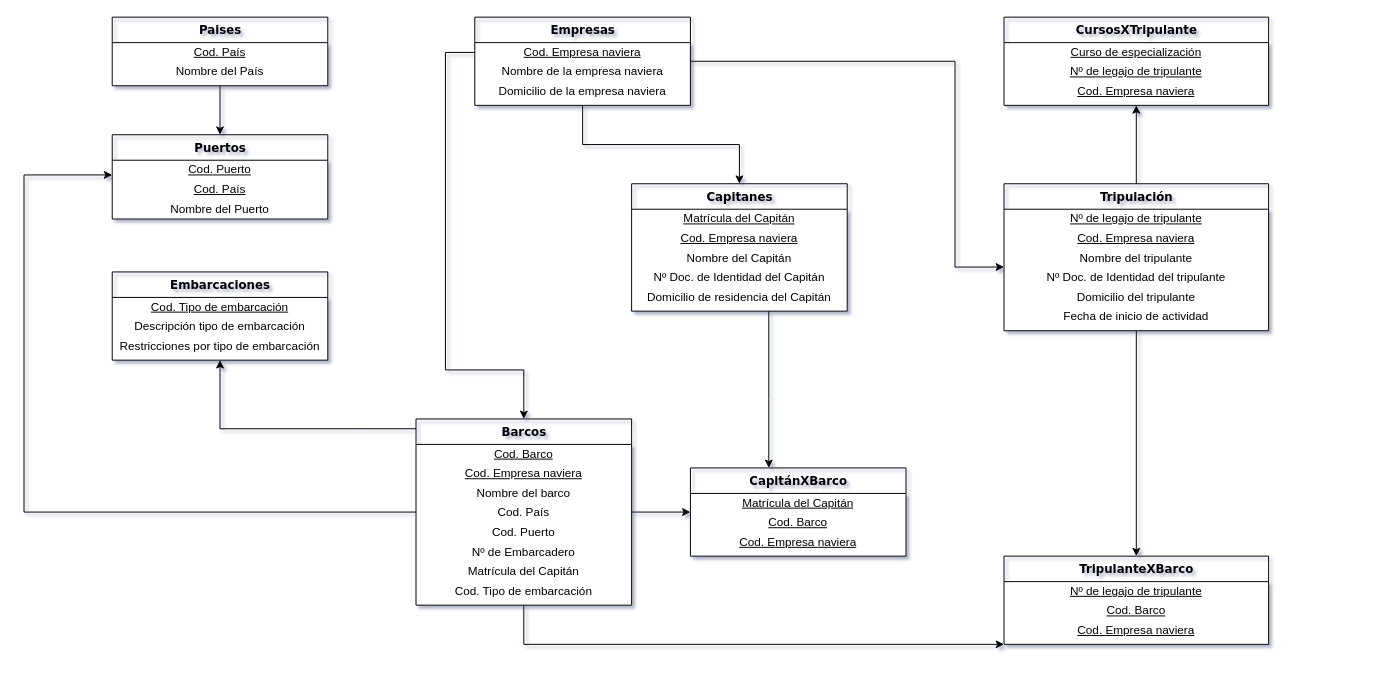
This is TPI_Barcos/2FN_Puyelli.drawio from FedericoRocca/DyADDBB_1erCuatrimestre_2021, a draw.io file, before an edit. Source tidied: cells renumbered, new cells numbered last; positions are measured from the earlier drawing's top-left corner, leaving out a move shared by most shapes. Both pictures are drawn from the tidied source at 98%, with x=0, y=0 at pixel (24, 17).
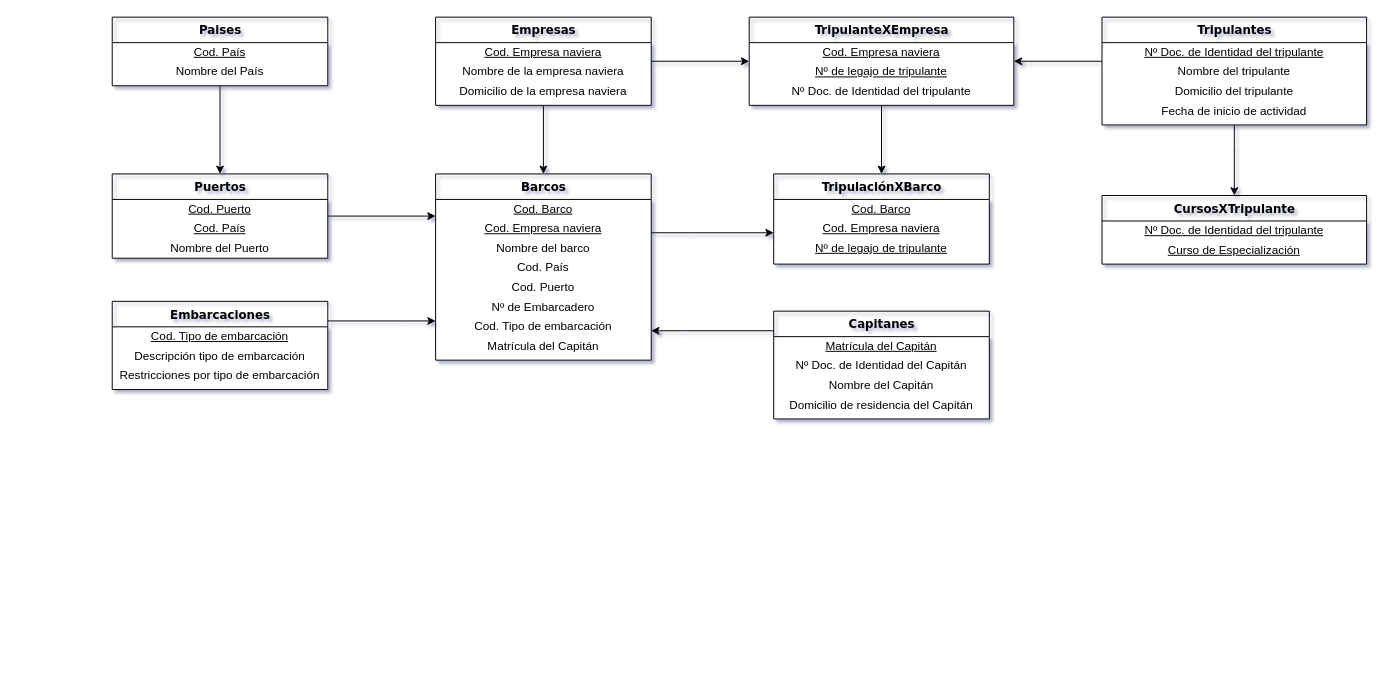
After the change.

Unchanged cells that the change refers to:
```xml
<mxCell id="27" value="Cod. Empresa naviera" style="text;html=1;strokeColor=none;fillColor=none;align=center;verticalAlign=middle;whiteSpace=wrap;rounded=0;fontStyle=4;" parent="26" vertex="1">
  <mxGeometry y="26" width="220" height="20" as="geometry" />
</mxCell>
<mxCell id="35" value="Cod. Puerto" style="text;html=1;strokeColor=none;fillColor=none;align=center;verticalAlign=middle;whiteSpace=wrap;rounded=0;fontStyle=4;" parent="34" vertex="1">
  <mxGeometry y="26" width="220" height="20" as="geometry" />
</mxCell>
```

Diff of the diagram source:
```diff
@@
-    <mxCell id="2" style="edgeStyle=orthogonalEdgeStyle;rounded=0;jettySize=auto;html=1;" parent="1" edge="1" source="6" target="38">
-      <mxGeometry relative="1" as="geometry">
-        <Array as="points">
-          <mxPoint x="340" y="420" />
-          <mxPoint x="200" y="420" />
-        </Array>
-      </mxGeometry>
-    </mxCell>
-    <mxCell id="3" style="edgeStyle=orthogonalEdgeStyle;rounded=0;jettySize=auto;html=1;entryX=0;entryY=0.75;entryDx=0;entryDy=0;" parent="1" edge="1" source="6" target="35">
-      <mxGeometry relative="1" as="geometry">
-        <Array as="points">
-          <mxPoint y="505" />
-          <mxPoint y="161" />
-        </Array>
-      </mxGeometry>
-    </mxCell>
-    <mxCell id="4" style="edgeStyle=orthogonalEdgeStyle;rounded=0;jettySize=auto;html=1;" parent="1" edge="1" source="6" target="54">
-      <mxGeometry relative="1" as="geometry" />
-    </mxCell>
-    <mxCell id="5" style="edgeStyle=orthogonalEdgeStyle;rounded=0;jettySize=auto;html=1;" parent="1" edge="1" source="6" target="58">
-      <mxGeometry relative="1" as="geometry">
-        <Array as="points">
-          <mxPoint x="510" y="640" />
-        </Array>
-      </mxGeometry>
-    </mxCell>
+    <mxCell id="62" style="edgeStyle=orthogonalEdgeStyle;rounded=0;jettySize=auto;html=1;" parent="1" edge="1" source="6" target="72">
+      <mxGeometry relative="1" as="geometry">
+        <Array as="points">
+          <mxPoint x="680" y="220" />
+          <mxPoint x="680" y="220" />
+        </Array>
+      </mxGeometry>
+    </mxCell>
     <mxCell id="6" value="Barcos" style="swimlane;html=1;fontStyle=1;align=center;verticalAlign=top;horizontal=1;startSize=26;swimlaneFillColor=#ffffff;rounded=0;shadow=0;comic=0;labelBackgroundColor=none;strokeWidth=1;fillColor=none;fontFamily=Verdana;fontSize=12;" parent="1" vertex="1">
-      <mxGeometry x="400" y="410" width="220" height="190" as="geometry" />
+      <mxGeometry x="420" y="160" width="220" height="190" as="geometry" />
     </mxCell>
@@
-    <mxCell id="13" value="Matrícula del Capitán" style="text;html=1;strokeColor=none;fillColor=none;align=center;verticalAlign=middle;whiteSpace=wrap;rounded=0;" parent="6" vertex="1">
-      <mxGeometry y="146" width="220" height="20" as="geometry" />
-    </mxCell>
     <mxCell id="14" value="Cod. Tipo de embarcación" style="text;html=1;strokeColor=none;fillColor=none;align=center;verticalAlign=middle;whiteSpace=wrap;rounded=0;" parent="6" vertex="1">
-      <mxGeometry y="166" width="220" height="20" as="geometry" />
+      <mxGeometry y="146" width="220" height="20" as="geometry" />
     </mxCell>
+    <mxCell id="63" value="&lt;span&gt;Matrícula del Capitán&lt;/span&gt;" style="text;html=1;strokeColor=none;fillColor=none;align=center;verticalAlign=middle;whiteSpace=wrap;rounded=0;" parent="6" vertex="1">
+      <mxGeometry y="166" width="220" height="20" as="geometry" />
+    </mxCell>
     <mxCell id="15" style="edgeStyle=orthogonalEdgeStyle;rounded=0;jettySize=auto;html=1;" parent="1" edge="1" source="17" target="42">
-      <mxGeometry relative="1" as="geometry" />
+      <mxGeometry relative="1" as="geometry">
+        <Array as="points">
+          <mxPoint x="1235" y="130" />
+          <mxPoint x="1235" y="130" />
+        </Array>
+      </mxGeometry>
     </mxCell>
-    <mxCell id="16" style="edgeStyle=orthogonalEdgeStyle;rounded=0;jettySize=auto;html=1;" parent="1" edge="1" source="17" target="58">
-      <mxGeometry relative="1" as="geometry" />
-    </mxCell>
+    <mxCell id="64" style="edgeStyle=orthogonalEdgeStyle;rounded=0;jettySize=auto;html=1;" parent="1" edge="1" source="17" target="75">
+      <mxGeometry relative="1" as="geometry">
+        <Array as="points">
+          <mxPoint x="1080" y="45" />
+          <mxPoint x="1080" y="45" />
+        </Array>
+      </mxGeometry>
+    </mxCell>
-    <mxCell id="17" value="Tripulación" style="swimlane;html=1;fontStyle=1;align=center;verticalAlign=top;horizontal=1;startSize=26;swimlaneFillColor=#ffffff;rounded=0;shadow=0;comic=0;labelBackgroundColor=none;strokeWidth=1;fillColor=none;fontFamily=Verdana;fontSize=12;" parent="1" vertex="1">
-      <mxGeometry x="1000" y="170" width="270" height="150" as="geometry" />
+    <mxCell id="17" value="Tripulantes" style="swimlane;html=1;fontStyle=1;align=center;verticalAlign=top;horizontal=1;startSize=26;swimlaneFillColor=#ffffff;rounded=0;shadow=0;comic=0;labelBackgroundColor=none;strokeWidth=1;fillColor=none;fontFamily=Verdana;fontSize=12;" parent="1" vertex="1">
+      <mxGeometry x="1100" width="270" height="110" as="geometry" />
     </mxCell>
-    <mxCell id="18" value="Nº de legajo de tripulante" style="text;html=1;strokeColor=none;fillColor=none;align=center;verticalAlign=middle;whiteSpace=wrap;rounded=0;fontStyle=4;" parent="17" vertex="1">
-      <mxGeometry y="26" width="270" height="20" as="geometry" />
-    </mxCell>
-    <mxCell id="19" value="&lt;span&gt;Cod. Empresa naviera&lt;/span&gt;" style="text;html=1;strokeColor=none;fillColor=none;align=center;verticalAlign=middle;whiteSpace=wrap;rounded=0;fontStyle=4;" parent="17" vertex="1">
-      <mxGeometry y="46" width="270" height="20" as="geometry" />
-    </mxCell>
+    <mxCell id="21" value="Nº Doc. de Identidad del tripulante" style="text;html=1;strokeColor=none;fillColor=none;align=center;verticalAlign=middle;whiteSpace=wrap;rounded=0;fontStyle=4;" parent="17" vertex="1">
+      <mxGeometry y="26" width="270" height="20" as="geometry" />
+    </mxCell>
     <mxCell id="20" value="Nombre del tripulante" style="text;html=1;strokeColor=none;fillColor=none;align=center;verticalAlign=middle;whiteSpace=wrap;rounded=0;" parent="17" vertex="1">
-      <mxGeometry y="66" width="270" height="20" as="geometry" />
+      <mxGeometry y="46" width="270" height="20" as="geometry" />
     </mxCell>
-    <mxCell id="21" value="Nº Doc. de Identidad del tripulante" style="text;html=1;strokeColor=none;fillColor=none;align=center;verticalAlign=middle;whiteSpace=wrap;rounded=0;" parent="17" vertex="1">
-      <mxGeometry y="86" width="270" height="20" as="geometry" />
-    </mxCell>
     <mxCell id="22" value="Domicilio del tripulante" style="text;html=1;strokeColor=none;fillColor=none;align=center;verticalAlign=middle;whiteSpace=wrap;rounded=0;" parent="17" vertex="1">
-      <mxGeometry y="106" width="270" height="20" as="geometry" />
+      <mxGeometry y="66" width="270" height="20" as="geometry" />
     </mxCell>
     <mxCell id="23" value="Fecha de inicio de actividad" style="text;html=1;strokeColor=none;fillColor=none;align=center;verticalAlign=middle;whiteSpace=wrap;rounded=0;" parent="17" vertex="1">
-      <mxGeometry y="126" width="270" height="20" as="geometry" />
+      <mxGeometry y="86" width="270" height="20" as="geometry" />
     </mxCell>
-    <mxCell id="24" style="edgeStyle=orthogonalEdgeStyle;rounded=0;jettySize=auto;html=1;" parent="1" edge="1" source="26" target="17">
-      <mxGeometry relative="1" as="geometry">
-        <Array as="points">
-          <mxPoint x="950" y="45" />
-          <mxPoint x="950" y="255" />
-        </Array>
-      </mxGeometry>
-    </mxCell>
-    <mxCell id="25" style="edgeStyle=orthogonalEdgeStyle;rounded=0;jettySize=auto;html=1;" parent="1" edge="1" source="26" target="47">
-      <mxGeometry relative="1" as="geometry" />
-    </mxCell>
+    <mxCell id="65" style="edgeStyle=orthogonalEdgeStyle;rounded=0;jettySize=auto;html=1;" parent="1" edge="1" source="26" target="6">
+      <mxGeometry relative="1" as="geometry" />
+    </mxCell>
+    <mxCell id="66" style="edgeStyle=orthogonalEdgeStyle;rounded=0;jettySize=auto;html=1;" parent="1" edge="1" source="26" target="75">
+      <mxGeometry relative="1" as="geometry" />
+    </mxCell>
     <mxCell id="26" value="Empresas" style="swimlane;html=1;fontStyle=1;align=center;verticalAlign=top;horizontal=1;startSize=26;swimlaneFillColor=#ffffff;rounded=0;shadow=0;comic=0;labelBackgroundColor=none;strokeWidth=1;fillColor=none;fontFamily=Verdana;fontSize=12;" parent="1" vertex="1">
-      <mxGeometry x="460" width="220" height="90" as="geometry" />
+      <mxGeometry x="420" width="220" height="90" as="geometry" />
     </mxCell>
@@
+    <mxCell id="67" style="edgeStyle=orthogonalEdgeStyle;rounded=0;jettySize=auto;html=1;" parent="1" edge="1" source="34" target="6">
+      <mxGeometry relative="1" as="geometry">
+        <Array as="points">
+          <mxPoint x="400" y="203" />
+          <mxPoint x="400" y="203" />
+        </Array>
+      </mxGeometry>
+    </mxCell>
     <mxCell id="34" value="Puertos" style="swimlane;html=1;fontStyle=1;align=center;verticalAlign=top;horizontal=1;startSize=26;swimlaneFillColor=#ffffff;rounded=0;shadow=0;comic=0;labelBackgroundColor=none;strokeWidth=1;fillColor=none;fontFamily=Verdana;fontSize=12;" parent="1" vertex="1">
-      <mxGeometry x="90" y="120" width="220" height="86" as="geometry" />
+      <mxGeometry x="90" y="160" width="220" height="86" as="geometry" />
     </mxCell>
@@
+    <mxCell id="68" style="edgeStyle=orthogonalEdgeStyle;rounded=0;jettySize=auto;html=1;" parent="1" edge="1" source="38" target="6">
+      <mxGeometry relative="1" as="geometry">
+        <Array as="points">
+          <mxPoint x="390" y="310" />
+          <mxPoint x="390" y="310" />
+        </Array>
+      </mxGeometry>
+    </mxCell>
     <mxCell id="38" value="Embarcaciones" style="swimlane;html=1;fontStyle=1;align=center;verticalAlign=top;horizontal=1;startSize=26;swimlaneFillColor=#ffffff;rounded=0;shadow=0;comic=0;labelBackgroundColor=none;strokeWidth=1;fillColor=none;fontFamily=Verdana;fontSize=12;" parent="1" vertex="1">
-      <mxGeometry x="90" y="260" width="220" height="90" as="geometry" />
+      <mxGeometry x="90" y="290" width="220" height="90" as="geometry" />
     </mxCell>
@@
     <mxCell id="42" value="CursosXTripulante" style="swimlane;html=1;fontStyle=1;align=center;verticalAlign=top;horizontal=1;startSize=26;swimlaneFillColor=#ffffff;rounded=0;shadow=0;comic=0;labelBackgroundColor=none;strokeWidth=1;fillColor=none;fontFamily=Verdana;fontSize=12;" parent="1" vertex="1">
-      <mxGeometry x="1000" width="270" height="90" as="geometry" />
+      <mxGeometry x="1100" y="182" width="270" height="70" as="geometry" />
     </mxCell>
-    <mxCell id="43" value="&lt;span&gt;Curso de especialización&lt;/span&gt;" style="text;html=1;strokeColor=none;fillColor=none;align=center;verticalAlign=middle;whiteSpace=wrap;rounded=0;fontStyle=4;" parent="42" vertex="1">
-      <mxGeometry y="26" width="270" height="20" as="geometry" />
-    </mxCell>
-    <mxCell id="44" value="Nº de legajo de tripulante" style="text;html=1;strokeColor=none;fillColor=none;align=center;verticalAlign=middle;whiteSpace=wrap;rounded=0;fontStyle=4;" parent="42" vertex="1">
-      <mxGeometry y="46" width="270" height="20" as="geometry" />
-    </mxCell>
-    <mxCell id="45" value="Cod. Empresa naviera" style="text;html=1;strokeColor=none;fillColor=none;align=center;verticalAlign=middle;whiteSpace=wrap;rounded=0;fontStyle=4;" parent="42" vertex="1">
-      <mxGeometry y="66" width="270" height="20" as="geometry" />
-    </mxCell>
-    <mxCell id="46" style="edgeStyle=orthogonalEdgeStyle;rounded=0;jettySize=auto;html=1;" parent="1" edge="1" source="47" target="54">
-      <mxGeometry relative="1" as="geometry">
-        <Array as="points">
-          <mxPoint x="760" y="390" />
-          <mxPoint x="760" y="390" />
-        </Array>
-      </mxGeometry>
-    </mxCell>
+    <mxCell id="69" value="Nº Doc. de Identidad del tripulante" style="text;html=1;strokeColor=none;fillColor=none;align=center;verticalAlign=middle;whiteSpace=wrap;rounded=0;fontStyle=4;" parent="42" vertex="1">
+      <mxGeometry y="26" width="270" height="20" as="geometry" />
+    </mxCell>
+    <mxCell id="70" value="Curso de Especialización" style="text;html=1;strokeColor=none;fillColor=none;align=center;verticalAlign=middle;whiteSpace=wrap;rounded=0;fontStyle=4;" parent="42" vertex="1">
+      <mxGeometry y="46" width="270" height="20" as="geometry" />
+    </mxCell>
+    <mxCell id="71" style="edgeStyle=orthogonalEdgeStyle;rounded=0;jettySize=auto;html=1;" parent="1" edge="1" source="47" target="6">
+      <mxGeometry relative="1" as="geometry">
+        <Array as="points">
+          <mxPoint x="670" y="320" />
+          <mxPoint x="670" y="320" />
+        </Array>
+      </mxGeometry>
+    </mxCell>
     <mxCell id="47" value="Capitanes" style="swimlane;html=1;fontStyle=1;align=center;verticalAlign=top;horizontal=1;startSize=26;swimlaneFillColor=#ffffff;rounded=0;shadow=0;comic=0;labelBackgroundColor=none;strokeWidth=1;fillColor=none;fontFamily=Verdana;fontSize=12;" parent="1" vertex="1">
-      <mxGeometry x="620" y="170" width="220" height="130" as="geometry" />
+      <mxGeometry x="765" y="300" width="220" height="110" as="geometry" />
     </mxCell>
@@
+    <mxCell id="51" value="Nº Doc. de Identidad del Capitán" style="text;html=1;strokeColor=none;fillColor=none;align=center;verticalAlign=middle;whiteSpace=wrap;rounded=0;" parent="47" vertex="1">
+      <mxGeometry y="46" width="220" height="20" as="geometry" />
+    </mxCell>
+    <mxCell id="50" value="Nombre del Capitán" style="text;html=1;strokeColor=none;fillColor=none;align=center;verticalAlign=middle;whiteSpace=wrap;rounded=0;" parent="47" vertex="1">
+      <mxGeometry y="66" width="220" height="20" as="geometry" />
+    </mxCell>
+    <mxCell id="52" value="Domicilio de residencia del Capitán" style="text;html=1;strokeColor=none;fillColor=none;align=center;verticalAlign=middle;whiteSpace=wrap;rounded=0;" parent="47" vertex="1">
+      <mxGeometry y="86" width="220" height="20" as="geometry" />
+    </mxCell>
+    <mxCell id="72" value="TripulaciónXBarco" style="swimlane;html=1;fontStyle=1;align=center;verticalAlign=top;horizontal=1;startSize=26;swimlaneFillColor=#ffffff;rounded=0;shadow=0;comic=0;labelBackgroundColor=none;strokeWidth=1;fillColor=none;fontFamily=Verdana;fontSize=12;" parent="1" vertex="1">
+      <mxGeometry x="765" y="160" width="220" height="92" as="geometry" />
+    </mxCell>
+    <mxCell id="56" value="Cod. Barco" style="text;html=1;strokeColor=none;fillColor=none;align=center;verticalAlign=middle;whiteSpace=wrap;rounded=0;fontStyle=4;" parent="72" vertex="1">
+      <mxGeometry y="26" width="220" height="20" as="geometry" />
+    </mxCell>
-    <mxCell id="49" value="Cod. Empresa naviera" style="text;html=1;strokeColor=none;fillColor=none;align=center;verticalAlign=middle;whiteSpace=wrap;rounded=0;fontStyle=4;" parent="47" vertex="1">
+    <mxCell id="49" value="Cod. Empresa naviera" style="text;html=1;strokeColor=none;fillColor=none;align=center;verticalAlign=middle;whiteSpace=wrap;rounded=0;fontStyle=4;" parent="72" vertex="1">
       <mxGeometry y="46" width="220" height="20" as="geometry" />
     </mxCell>
-    <mxCell id="50" value="Nombre del Capitán" style="text;html=1;strokeColor=none;fillColor=none;align=center;verticalAlign=middle;whiteSpace=wrap;rounded=0;" parent="47" vertex="1">
-      <mxGeometry y="66" width="220" height="20" as="geometry" />
-    </mxCell>
-    <mxCell id="51" value="Nº Doc. de Identidad del Capitán" style="text;html=1;strokeColor=none;fillColor=none;align=center;verticalAlign=middle;whiteSpace=wrap;rounded=0;" parent="47" vertex="1">
-      <mxGeometry y="86" width="220" height="20" as="geometry" />
-    </mxCell>
-    <mxCell id="52" value="Domicilio de residencia del Capitán" style="text;html=1;strokeColor=none;fillColor=none;align=center;verticalAlign=middle;whiteSpace=wrap;rounded=0;" parent="47" vertex="1">
-      <mxGeometry y="106" width="220" height="20" as="geometry" />
-    </mxCell>
-    <mxCell id="53" style="edgeStyle=orthogonalEdgeStyle;rounded=0;jettySize=auto;html=1;" parent="1" edge="1" source="27" target="6">
-      <mxGeometry relative="1" as="geometry">
-        <Array as="points">
-          <mxPoint x="430" y="36" />
-          <mxPoint x="430" y="360" />
-          <mxPoint x="510" y="360" />
-        </Array>
-      </mxGeometry>
-    </mxCell>
-    <mxCell id="54" value="CapitánXBarco" style="swimlane;html=1;fontStyle=1;align=center;verticalAlign=top;horizontal=1;startSize=26;swimlaneFillColor=#ffffff;rounded=0;shadow=0;comic=0;labelBackgroundColor=none;strokeWidth=1;fillColor=none;fontFamily=Verdana;fontSize=12;" parent="1" vertex="1">
-      <mxGeometry x="680" y="460" width="220" height="90" as="geometry" />
-    </mxCell>
-    <mxCell id="55" value="Matrícula del Capitán" style="text;html=1;strokeColor=none;fillColor=none;align=center;verticalAlign=middle;whiteSpace=wrap;rounded=0;fontStyle=4;" parent="54" vertex="1">
-      <mxGeometry y="26" width="220" height="20" as="geometry" />
-    </mxCell>
-    <mxCell id="56" value="Cod. Barco" style="text;html=1;strokeColor=none;fillColor=none;align=center;verticalAlign=middle;whiteSpace=wrap;rounded=0;fontStyle=4;" parent="54" vertex="1">
-      <mxGeometry y="46" width="220" height="20" as="geometry" />
-    </mxCell>
-    <mxCell id="57" value="Cod. Empresa naviera" style="text;html=1;strokeColor=none;fillColor=none;align=center;verticalAlign=middle;whiteSpace=wrap;rounded=0;fontStyle=4;" parent="54" vertex="1">
-      <mxGeometry y="66" width="220" height="20" as="geometry" />
-    </mxCell>
-    <mxCell id="58" value="TripulanteXBarco" style="swimlane;html=1;fontStyle=1;align=center;verticalAlign=top;horizontal=1;startSize=26;swimlaneFillColor=#ffffff;rounded=0;shadow=0;comic=0;labelBackgroundColor=none;strokeWidth=1;fillColor=none;fontFamily=Verdana;fontSize=12;" parent="1" vertex="1">
-      <mxGeometry x="1000" y="550" width="270" height="90" as="geometry" />
-    </mxCell>
-    <mxCell id="59" value="Nº de legajo de tripulante" style="text;html=1;strokeColor=none;fillColor=none;align=center;verticalAlign=middle;whiteSpace=wrap;rounded=0;fontStyle=4;" parent="58" vertex="1">
-      <mxGeometry y="26" width="270" height="20" as="geometry" />
-    </mxCell>
-    <mxCell id="60" value="&lt;span&gt;Cod. Barco&lt;/span&gt;" style="text;html=1;strokeColor=none;fillColor=none;align=center;verticalAlign=middle;whiteSpace=wrap;rounded=0;fontStyle=4;" parent="58" vertex="1">
-      <mxGeometry y="46" width="270" height="20" as="geometry" />
-    </mxCell>
-    <mxCell id="61" value="&lt;span&gt;Cod. Empresa naviera&lt;/span&gt;" style="text;html=1;strokeColor=none;fillColor=none;align=center;verticalAlign=middle;whiteSpace=wrap;rounded=0;fontStyle=4;" parent="58" vertex="1">
-      <mxGeometry y="66" width="270" height="20" as="geometry" />
-    </mxCell>
+    <mxCell id="73" value="Nº de legajo de tripulante" style="text;html=1;strokeColor=none;fillColor=none;align=center;verticalAlign=middle;whiteSpace=wrap;rounded=0;fontStyle=4;" parent="72" vertex="1">
+      <mxGeometry y="66" width="220" height="20" as="geometry" />
+    </mxCell>
+    <mxCell id="74" style="edgeStyle=orthogonalEdgeStyle;rounded=0;jettySize=auto;html=1;" parent="1" edge="1" source="75" target="72">
+      <mxGeometry relative="1" as="geometry" />
+    </mxCell>
+    <mxCell id="75" value="TripulanteXEmpresa" style="swimlane;html=1;fontStyle=1;align=center;verticalAlign=top;horizontal=1;startSize=26;swimlaneFillColor=#ffffff;rounded=0;shadow=0;comic=0;labelBackgroundColor=none;strokeWidth=1;fillColor=none;fontFamily=Verdana;fontSize=12;" parent="1" vertex="1">
+      <mxGeometry x="740" width="270" height="90" as="geometry" />
+    </mxCell>
+    <mxCell id="76" value="Cod. Empresa naviera" style="text;html=1;strokeColor=none;fillColor=none;align=center;verticalAlign=middle;whiteSpace=wrap;rounded=0;fontStyle=4;" parent="75" vertex="1">
+      <mxGeometry y="26" width="270" height="20" as="geometry" />
+    </mxCell>
+    <mxCell id="44" value="Nº de legajo de tripulante" style="text;html=1;strokeColor=none;fillColor=none;align=center;verticalAlign=middle;whiteSpace=wrap;rounded=0;fontStyle=4;" parent="75" vertex="1">
+      <mxGeometry y="46" width="270" height="20" as="geometry" />
+    </mxCell>
+    <mxCell id="77" value="Nº Doc. de Identidad del tripulante" style="text;html=1;strokeColor=none;fillColor=none;align=center;verticalAlign=middle;whiteSpace=wrap;rounded=0;fontStyle=0;" parent="75" vertex="1">
+      <mxGeometry y="66" width="270" height="20" as="geometry" />
+    </mxCell>
```
